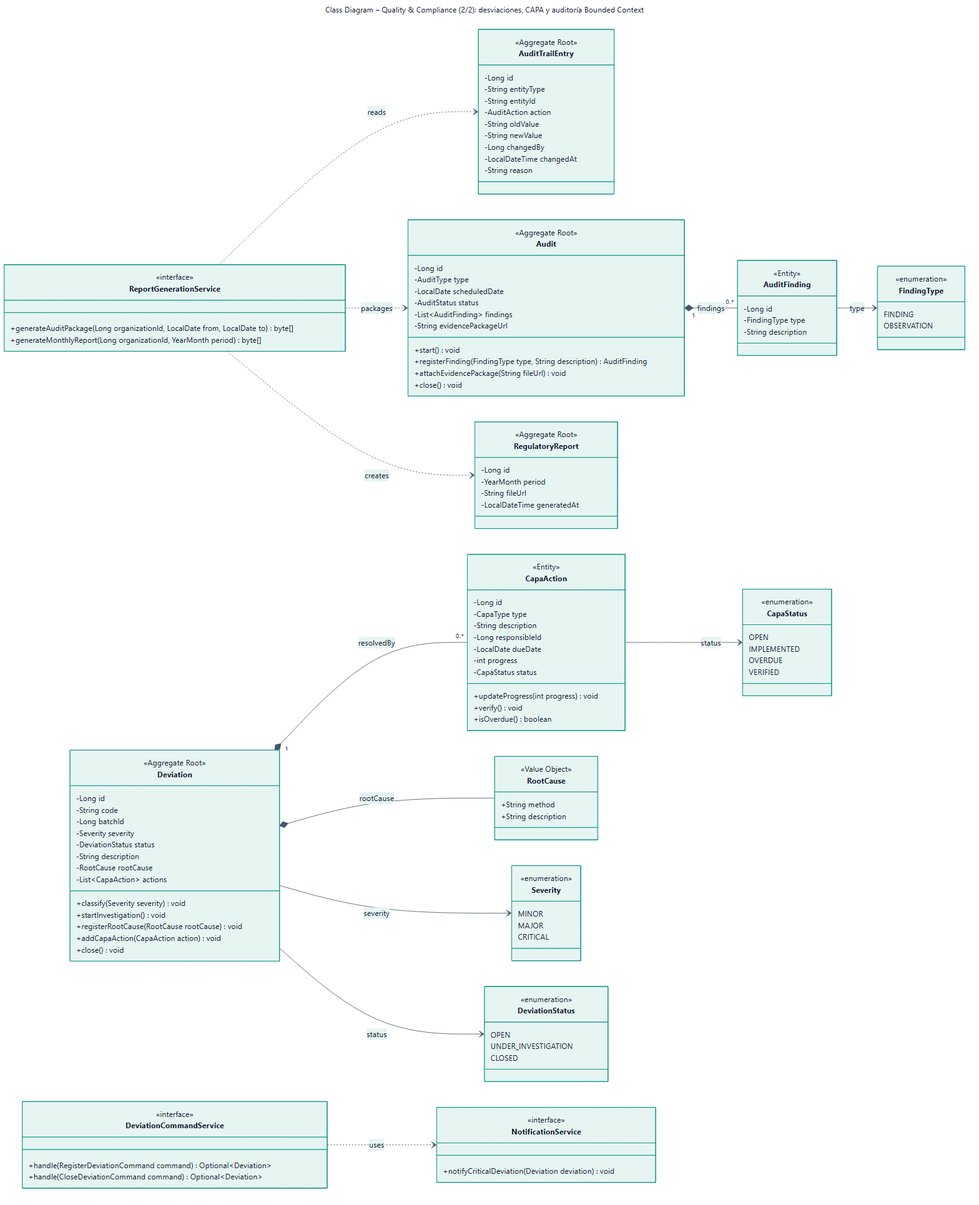
danRO-20/SI keeps this Mermaid diagram as assets/img/chapter4/diagram-class/java/class-06b-quality.png. Above is the earlier version. Its source is kept beside it as assets/diagrams/mermaid/class-06b-quality.mmd.
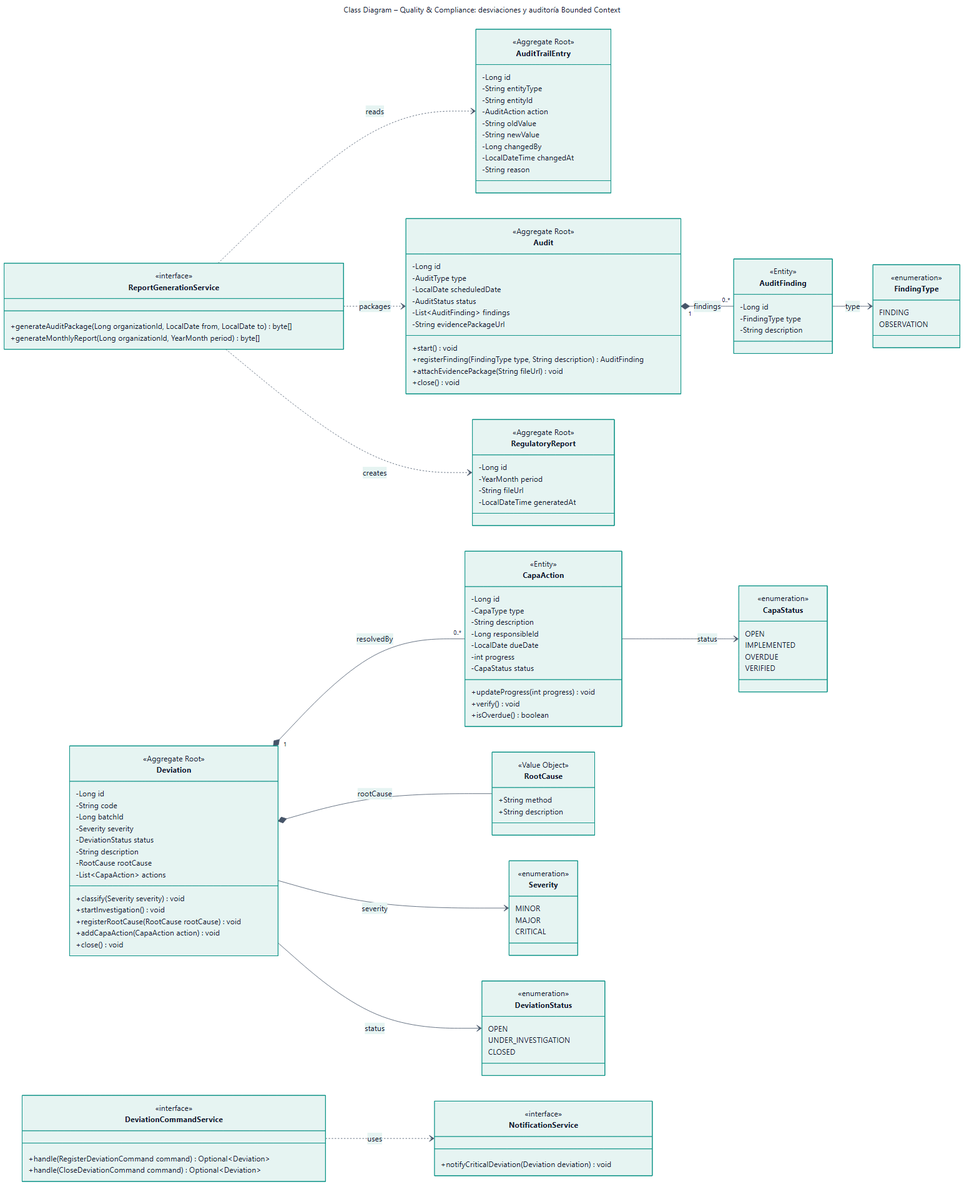
Above is the later version.

Change to the diagram source:
```diff
@@ -1,5 +1,5 @@
 ---
-title: "Class Diagram – Quality & Compliance (2/2): desviaciones, CAPA y auditoría Bounded Context"
+title: "Class Diagram – Quality & Compliance: desviaciones y auditoría Bounded Context"
 ---
 classDiagram
   direction LR
```
